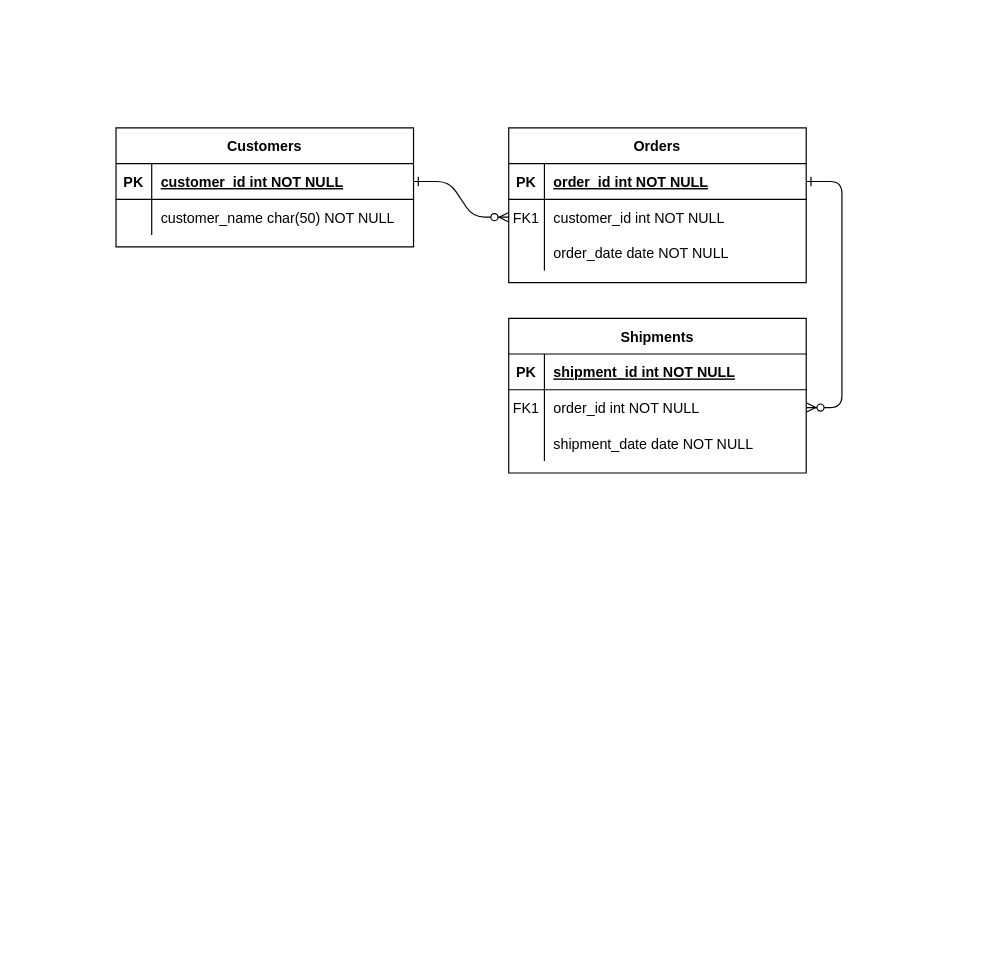
The draw.io diagram 未命名绘图.drawio in LUsamiLU/ALY-6000-Project1, before the edit. Source tidied: cells renumbered, new cells numbered last; positions are measured from the earlier drawing's top-left corner, leaving out a move shared by most shapes. Both pictures are drawn from the tidied source at 119%, with x=0, y=0 at pixel (115, 127).
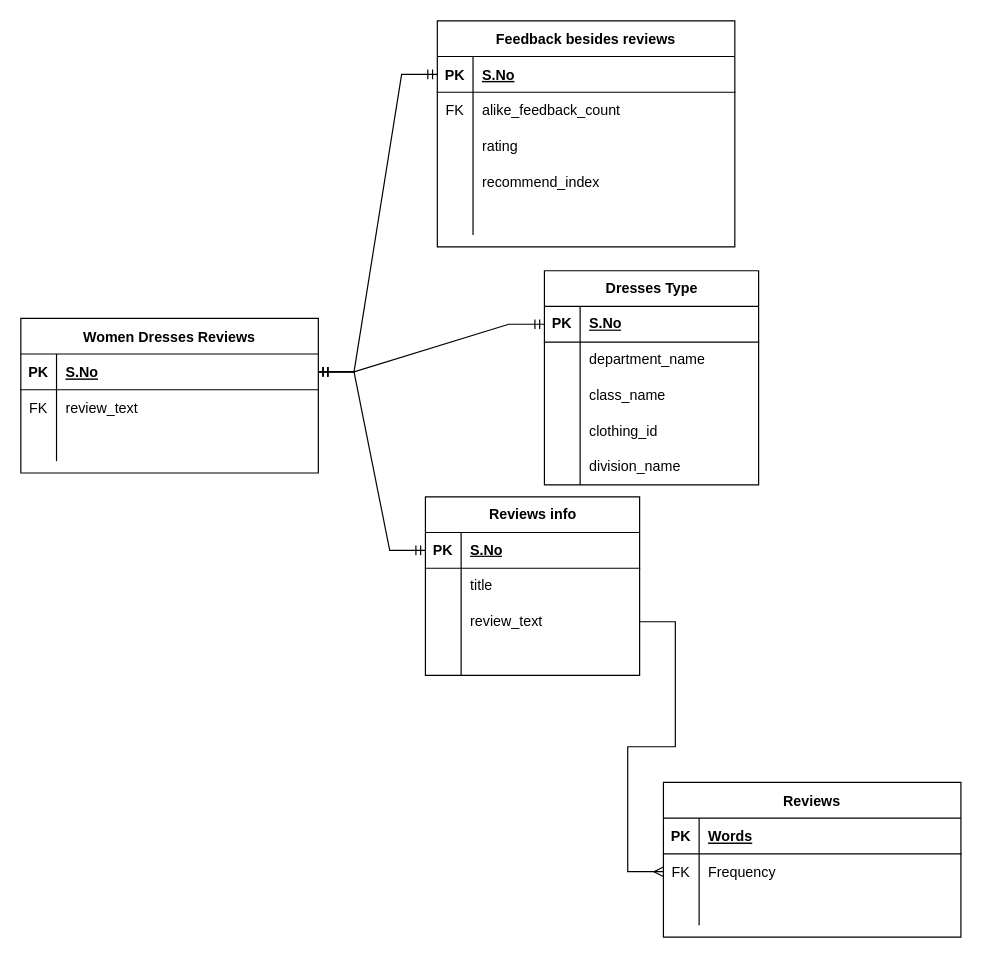
The same page after the edit.

Unchanged cells that the change refers to:
```xml
<mxCell id="5" style="shape=partialRectangle;fillColor=none;points=[[0,0.5],[1,0.5]];portConstraint=eastwest;top=0;left=0;right=0;bottom=1;" parent="4" vertex="1">
  <mxGeometry y="30" width="250" height="30" as="geometry" />
</mxCell>
<mxCell id="8" style="shape=partialRectangle;fillColor=none;points=[[0,0.5],[1,0.5]];portConstraint=eastwest;top=0;left=0;right=0;bottom=0;" parent="4" vertex="1">
  <mxGeometry y="60" width="250" height="30" as="geometry" />
</mxCell>
<mxCell id="11" style="shape=partialRectangle;fillColor=none;top=0;left=0;right=0;bottom=0;" parent="4" vertex="1">
  <mxGeometry y="90" width="250" height="30" as="geometry" />
</mxCell>
<mxCell id="15" style="shape=partialRectangle;fillColor=none;points=[[0,0.5],[1,0.5]];portConstraint=eastwest;top=0;left=0;right=0;bottom=1;" parent="14" vertex="1">
  <mxGeometry y="30" width="250" height="30" as="geometry" />
</mxCell>
<mxCell id="18" style="shape=partialRectangle;fillColor=none;points=[[0,0.5],[1,0.5]];portConstraint=eastwest;top=0;left=0;right=0;bottom=0;" parent="14" vertex="1">
  <mxGeometry y="60" width="250" height="30" as="geometry" />
</mxCell>
<mxCell id="21" style="shape=partialRectangle;fillColor=none;top=0;left=0;right=0;bottom=0;" parent="14" vertex="1">
  <mxGeometry y="90" width="250" height="30" as="geometry" />
</mxCell>
<mxCell id="25" style="shape=partialRectangle;fillColor=none;points=[[0,0.5],[1,0.5]];portConstraint=eastwest;top=0;left=0;right=0;bottom=1;" parent="24" vertex="1">
  <mxGeometry y="30" width="250" height="30" as="geometry" />
</mxCell>
<mxCell id="28" style="shape=partialRectangle;fillColor=none;top=0;left=0;right=0;bottom=0;" parent="24" vertex="1">
  <mxGeometry y="60" width="250" height="30" as="geometry" />
</mxCell>
```

Change to the diagram source:
```diff
@@
-    <mxCell id="2" style="edgeStyle=entityRelationEdgeStyle;endArrow=ERzeroToMany;startArrow=ERone;endFill=1;startFill=0;" parent="1" edge="1" source="25" target="8">
-      <mxGeometry relative="1" as="geometry" />
-    </mxCell>
-    <mxCell id="3" style="edgeStyle=entityRelationEdgeStyle;endArrow=ERzeroToMany;startArrow=ERone;endFill=1;startFill=0;" parent="1" edge="1" source="5" target="18">
-      <mxGeometry relative="1" as="geometry" />
-    </mxCell>
-    <mxCell id="4" value="Orders" style="shape=table;startSize=30;childLayout=tableLayout;rowLines=0;fontStyle=1;align=center;" parent="1" vertex="1">
-      <mxGeometry x="330" width="250" height="130" as="geometry" />
+    <mxCell id="4" value="Reviews" style="shape=table;startSize=30;childLayout=tableLayout;rowLines=0;fontStyle=1;align=center;" parent="1" vertex="1">
+      <mxGeometry x="460" y="550" width="250" height="130" as="geometry" />
     </mxCell>
@@
-    <mxCell id="7" value="order_id int NOT NULL " style="shape=partialRectangle;overflow=hidden;fillColor=none;top=0;left=0;bottom=0;right=0;align=left;spacingLeft=6;fontStyle=5;" parent="5" vertex="1">
+    <mxCell id="7" value="Words" style="shape=partialRectangle;overflow=hidden;fillColor=none;top=0;left=0;bottom=0;right=0;align=left;spacingLeft=6;fontStyle=5;" parent="5" vertex="1">
       <mxGeometry x="30" width="220" height="30" as="geometry" />
     </mxCell>
@@
-    <mxCell id="9" value="FK1" style="shape=partialRectangle;overflow=hidden;fillColor=none;top=0;left=0;bottom=0;right=0;" parent="8" vertex="1">
+    <mxCell id="9" value="FK" style="shape=partialRectangle;overflow=hidden;fillColor=none;top=0;left=0;bottom=0;right=0;" parent="8" vertex="1">
       <mxGeometry width="30" height="30" as="geometry" />
     </mxCell>
-    <mxCell id="10" value="customer_id int NOT NULL" style="shape=partialRectangle;overflow=hidden;fillColor=none;top=0;left=0;bottom=0;right=0;align=left;spacingLeft=6;" parent="8" vertex="1">
+    <mxCell id="10" value="Frequency" style="shape=partialRectangle;overflow=hidden;fillColor=none;top=0;left=0;bottom=0;right=0;align=left;spacingLeft=6;" parent="8" vertex="1">
       <mxGeometry x="30" width="220" height="30" as="geometry" />
     </mxCell>
@@
-    <mxCell id="13" value="order_date date NOT NULL" style="shape=partialRectangle;overflow=hidden;fillColor=none;top=0;left=0;bottom=0;right=0;align=left;spacingLeft=6;" parent="11" vertex="1">
+    <mxCell id="13" style="shape=partialRectangle;overflow=hidden;fillColor=none;top=0;left=0;bottom=0;right=0;align=left;spacingLeft=6;" parent="11" vertex="1">
       <mxGeometry x="30" width="220" height="30" as="geometry" />
     </mxCell>
-    <mxCell id="14" value="Shipments" style="shape=table;startSize=30;childLayout=tableLayout;rowLines=0;fontStyle=1;align=center;" parent="1" vertex="1">
-      <mxGeometry x="330" y="160" width="250" height="130" as="geometry" />
+    <mxCell id="14" value="Feedback besides reviews" style="shape=table;startSize=30;childLayout=tableLayout;rowLines=0;fontStyle=1;align=center;" parent="1" vertex="1">
+      <mxGeometry x="270" y="-90" width="250" height="190" as="geometry" />
     </mxCell>
@@
-    <mxCell id="17" value="shipment_id int NOT NULL " style="shape=partialRectangle;overflow=hidden;fillColor=none;top=0;left=0;bottom=0;right=0;align=left;spacingLeft=6;fontStyle=5;" parent="15" vertex="1">
+    <mxCell id="17" value="S.No" style="shape=partialRectangle;overflow=hidden;fillColor=none;top=0;left=0;bottom=0;right=0;align=left;spacingLeft=6;fontStyle=5;" parent="15" vertex="1">
       <mxGeometry x="30" width="220" height="30" as="geometry" />
     </mxCell>
@@
-    <mxCell id="19" value="FK1" style="shape=partialRectangle;overflow=hidden;fillColor=none;top=0;left=0;bottom=0;right=0;" parent="18" vertex="1">
+    <mxCell id="19" value="FK" style="shape=partialRectangle;overflow=hidden;fillColor=none;top=0;left=0;bottom=0;right=0;" parent="18" vertex="1">
       <mxGeometry width="30" height="30" as="geometry" />
     </mxCell>
-    <mxCell id="20" value="order_id int NOT NULL" style="shape=partialRectangle;overflow=hidden;fillColor=none;top=0;left=0;bottom=0;right=0;align=left;spacingLeft=6;" parent="18" vertex="1">
+    <mxCell id="20" value="alike_feedback_count" style="shape=partialRectangle;overflow=hidden;fillColor=none;top=0;left=0;bottom=0;right=0;align=left;spacingLeft=6;" parent="18" vertex="1">
       <mxGeometry x="30" width="220" height="30" as="geometry" />
     </mxCell>
@@
-    <mxCell id="23" value="shipment_date date NOT NULL" style="shape=partialRectangle;overflow=hidden;fillColor=none;top=0;left=0;bottom=0;right=0;align=left;spacingLeft=6;" parent="21" vertex="1">
+    <mxCell id="23" value="rating" style="shape=partialRectangle;overflow=hidden;fillColor=none;top=0;left=0;bottom=0;right=0;align=left;spacingLeft=6;" parent="21" vertex="1">
       <mxGeometry x="30" width="220" height="30" as="geometry" />
     </mxCell>
+    <mxCell id="31" style="shape=partialRectangle;fillColor=none;top=0;left=0;right=0;bottom=0;" parent="14" vertex="1">
+      <mxGeometry y="120" width="250" height="30" as="geometry" />
+    </mxCell>
+    <mxCell id="32" style="shape=partialRectangle;overflow=hidden;fillColor=none;top=0;left=0;bottom=0;right=0;" parent="31" vertex="1">
+      <mxGeometry width="30" height="30" as="geometry" />
+    </mxCell>
+    <mxCell id="33" value="recommend_index" style="shape=partialRectangle;overflow=hidden;fillColor=none;top=0;left=0;bottom=0;right=0;align=left;spacingLeft=6;" parent="31" vertex="1">
+      <mxGeometry x="30" width="220" height="30" as="geometry" />
+    </mxCell>
+    <mxCell id="34" style="shape=partialRectangle;fillColor=none;top=0;left=0;right=0;bottom=0;" parent="14" vertex="1">
+      <mxGeometry y="150" width="250" height="30" as="geometry" />
+    </mxCell>
+    <mxCell id="35" style="shape=partialRectangle;overflow=hidden;fillColor=none;top=0;left=0;bottom=0;right=0;" parent="34" vertex="1">
+      <mxGeometry width="30" height="30" as="geometry" />
+    </mxCell>
+    <mxCell id="36" style="shape=partialRectangle;overflow=hidden;fillColor=none;top=0;left=0;bottom=0;right=0;align=left;spacingLeft=6;" parent="34" vertex="1">
+      <mxGeometry x="30" width="220" height="30" as="geometry" />
+    </mxCell>
-    <mxCell id="24" value="Customers" style="shape=table;startSize=30;childLayout=tableLayout;rowLines=0;fontStyle=1;align=center;" parent="1" vertex="1">
-      <mxGeometry width="250" height="100" as="geometry" />
+    <mxCell id="24" value="Women Dresses Reviews" style="shape=table;startSize=30;childLayout=tableLayout;rowLines=0;fontStyle=1;align=center;" parent="1" vertex="1">
+      <mxGeometry x="-80" y="160" width="250" height="130" as="geometry" />
     </mxCell>
@@
-    <mxCell id="27" value="customer_id int NOT NULL " style="shape=partialRectangle;overflow=hidden;fillColor=none;top=0;left=0;bottom=0;right=0;align=left;spacingLeft=6;fontStyle=5;" parent="25" vertex="1">
+    <mxCell id="27" value="S.No" style="shape=partialRectangle;overflow=hidden;fillColor=none;top=0;left=0;bottom=0;right=0;align=left;spacingLeft=6;fontStyle=5;" parent="25" vertex="1">
       <mxGeometry x="30" width="220" height="30" as="geometry" />
     </mxCell>
@@
-    <mxCell id="29" style="shape=partialRectangle;overflow=hidden;fillColor=none;top=0;left=0;bottom=0;right=0;" parent="28" vertex="1">
+    <mxCell id="29" value="FK" style="shape=partialRectangle;overflow=hidden;fillColor=none;top=0;left=0;bottom=0;right=0;" parent="28" vertex="1">
       <mxGeometry width="30" height="30" as="geometry" />
     </mxCell>
-    <mxCell id="30" value="customer_name char(50) NOT NULL" style="shape=partialRectangle;overflow=hidden;fillColor=none;top=0;left=0;bottom=0;right=0;align=left;spacingLeft=6;" parent="28" vertex="1">
+    <mxCell id="30" value="review_text" style="shape=partialRectangle;overflow=hidden;fillColor=none;top=0;left=0;bottom=0;right=0;align=left;spacingLeft=6;" parent="28" vertex="1">
       <mxGeometry x="30" width="220" height="30" as="geometry" />
     </mxCell>
+    <mxCell id="37" style="shape=partialRectangle;fillColor=none;top=0;left=0;right=0;bottom=0;" parent="24" vertex="1">
+      <mxGeometry y="90" width="250" height="30" as="geometry" />
+    </mxCell>
+    <mxCell id="38" style="shape=partialRectangle;overflow=hidden;fillColor=none;top=0;left=0;bottom=0;right=0;" parent="37" vertex="1">
+      <mxGeometry width="30" height="30" as="geometry" />
+    </mxCell>
+    <mxCell id="39" style="shape=partialRectangle;overflow=hidden;fillColor=none;top=0;left=0;bottom=0;right=0;align=left;spacingLeft=6;" parent="37" vertex="1">
+      <mxGeometry x="30" width="220" height="30" as="geometry" />
+    </mxCell>
+    <mxCell id="40" style="edgeStyle=entityRelationEdgeStyle;fontSize=12;html=1;endArrow=ERmandOne;startArrow=ERmandOne;rounded=0;entryX=1;entryY=0.5;entryDx=0;entryDy=0;exitX=0;exitY=0.5;exitDx=0;exitDy=0;" parent="1" edge="1" source="15" target="25">
+      <mxGeometry relative="1" as="geometry" />
+    </mxCell>
+    <mxCell id="41" value="Dresses Type" style="shape=table;startSize=30;childLayout=tableLayout;rowLines=0;fontStyle=1;align=center;html=1;" parent="1" vertex="1">
+      <mxGeometry x="360" y="120" width="180" height="180" as="geometry" />
+    </mxCell>
+    <mxCell id="42" style="shape=tableRow;horizontal=0;startSize=0;swimlaneHead=0;swimlaneBody=0;fillColor=none;points=[[0,0.5],[1,0.5]];portConstraint=eastwest;top=0;left=0;right=0;bottom=1;" parent="41" vertex="1">
+      <mxGeometry y="30" width="180" height="30" as="geometry" />
+    </mxCell>
+    <mxCell id="43" value="PK" style="shape=partialRectangle;fillColor=none;top=0;left=0;bottom=0;right=0;fontStyle=1;overflow=hidden;whiteSpace=wrap;html=1;" parent="42" vertex="1">
+      <mxGeometry width="30" height="30" as="geometry" />
+    </mxCell>
+    <mxCell id="44" value="S.No" style="shape=partialRectangle;fillColor=none;top=0;left=0;bottom=0;right=0;align=left;spacingLeft=6;fontStyle=5;overflow=hidden;whiteSpace=wrap;html=1;" parent="42" vertex="1">
+      <mxGeometry x="30" width="150" height="30" as="geometry" />
+    </mxCell>
+    <mxCell id="45" style="shape=tableRow;horizontal=0;startSize=0;swimlaneHead=0;swimlaneBody=0;fillColor=none;top=0;left=0;right=0;bottom=0;" parent="41" vertex="1">
+      <mxGeometry y="60" width="180" height="30" as="geometry" />
+    </mxCell>
+    <mxCell id="46" style="shape=partialRectangle;fillColor=none;top=0;left=0;bottom=0;right=0;overflow=hidden;whiteSpace=wrap;html=1;" parent="45" vertex="1">
+      <mxGeometry width="30" height="30" as="geometry" />
+    </mxCell>
+    <mxCell id="47" value="department_name" style="shape=partialRectangle;fillColor=none;top=0;left=0;bottom=0;right=0;align=left;spacingLeft=6;overflow=hidden;whiteSpace=wrap;html=1;" parent="45" vertex="1">
+      <mxGeometry x="30" width="150" height="30" as="geometry" />
+    </mxCell>
+    <mxCell id="48" style="shape=tableRow;horizontal=0;startSize=0;swimlaneHead=0;swimlaneBody=0;fillColor=none;top=0;left=0;right=0;bottom=0;" parent="41" vertex="1">
+      <mxGeometry y="90" width="180" height="30" as="geometry" />
+    </mxCell>
+    <mxCell id="49" style="shape=partialRectangle;fillColor=none;top=0;left=0;bottom=0;right=0;overflow=hidden;whiteSpace=wrap;html=1;" parent="48" vertex="1">
+      <mxGeometry width="30" height="30" as="geometry" />
+    </mxCell>
+    <mxCell id="50" value="class_name" style="shape=partialRectangle;fillColor=none;top=0;left=0;bottom=0;right=0;align=left;spacingLeft=6;overflow=hidden;whiteSpace=wrap;html=1;" parent="48" vertex="1">
+      <mxGeometry x="30" width="150" height="30" as="geometry" />
+    </mxCell>
+    <mxCell id="51" style="shape=tableRow;horizontal=0;startSize=0;swimlaneHead=0;swimlaneBody=0;fillColor=none;top=0;left=0;right=0;bottom=0;" parent="41" vertex="1">
+      <mxGeometry y="120" width="180" height="30" as="geometry" />
+    </mxCell>
+    <mxCell id="52" style="shape=partialRectangle;fillColor=none;top=0;left=0;bottom=0;right=0;overflow=hidden;whiteSpace=wrap;html=1;" parent="51" vertex="1">
+      <mxGeometry width="30" height="30" as="geometry" />
+    </mxCell>
+    <mxCell id="53" value="clothing_id" style="shape=partialRectangle;fillColor=none;top=0;left=0;bottom=0;right=0;align=left;spacingLeft=6;overflow=hidden;whiteSpace=wrap;html=1;" parent="51" vertex="1">
+      <mxGeometry x="30" width="150" height="30" as="geometry" />
+    </mxCell>
+    <mxCell id="54" style="shape=tableRow;horizontal=0;startSize=0;swimlaneHead=0;swimlaneBody=0;fillColor=none;top=0;left=0;right=0;bottom=0;" parent="41" vertex="1">
+      <mxGeometry y="150" width="180" height="30" as="geometry" />
+    </mxCell>
+    <mxCell id="55" style="shape=partialRectangle;fillColor=none;top=0;left=0;bottom=0;right=0;overflow=hidden;whiteSpace=wrap;html=1;" parent="54" vertex="1">
+      <mxGeometry width="30" height="30" as="geometry" />
+    </mxCell>
+    <mxCell id="56" value="division_name" style="shape=partialRectangle;fillColor=none;top=0;left=0;bottom=0;right=0;align=left;spacingLeft=6;overflow=hidden;whiteSpace=wrap;html=1;" parent="54" vertex="1">
+      <mxGeometry x="30" width="150" height="30" as="geometry" />
+    </mxCell>
+    <mxCell id="57" style="edgeStyle=entityRelationEdgeStyle;fontSize=12;html=1;endArrow=ERmandOne;startArrow=ERmandOne;rounded=0;exitX=1;exitY=0.5;exitDx=0;exitDy=0;entryX=0;entryY=0.5;entryDx=0;entryDy=0;" parent="1" edge="1" source="25" target="42">
+      <mxGeometry relative="1" as="geometry" />
+    </mxCell>
+    <mxCell id="58" value="Reviews info" style="shape=table;startSize=30;childLayout=tableLayout;rowLines=0;fontStyle=1;align=center;html=1;" parent="1" vertex="1">
+      <mxGeometry x="260" y="310" width="180" height="150" as="geometry" />
+    </mxCell>
+    <mxCell id="59" style="shape=tableRow;horizontal=0;startSize=0;swimlaneHead=0;swimlaneBody=0;fillColor=none;points=[[0,0.5],[1,0.5]];portConstraint=eastwest;top=0;left=0;right=0;bottom=1;" parent="58" vertex="1">
+      <mxGeometry y="30" width="180" height="30" as="geometry" />
+    </mxCell>
+    <mxCell id="60" value="PK" style="shape=partialRectangle;fillColor=none;top=0;left=0;bottom=0;right=0;fontStyle=1;overflow=hidden;whiteSpace=wrap;html=1;" parent="59" vertex="1">
+      <mxGeometry width="30" height="30" as="geometry" />
+    </mxCell>
+    <mxCell id="61" value="S.No" style="shape=partialRectangle;fillColor=none;top=0;left=0;bottom=0;right=0;align=left;spacingLeft=6;fontStyle=5;overflow=hidden;whiteSpace=wrap;html=1;" parent="59" vertex="1">
+      <mxGeometry x="30" width="150" height="30" as="geometry" />
+    </mxCell>
+    <mxCell id="62" style="shape=tableRow;horizontal=0;startSize=0;swimlaneHead=0;swimlaneBody=0;fillColor=none;top=0;left=0;right=0;bottom=0;" parent="58" vertex="1">
+      <mxGeometry y="60" width="180" height="30" as="geometry" />
+    </mxCell>
+    <mxCell id="63" style="shape=partialRectangle;fillColor=none;top=0;left=0;bottom=0;right=0;overflow=hidden;whiteSpace=wrap;html=1;" parent="62" vertex="1">
+      <mxGeometry width="30" height="30" as="geometry" />
+    </mxCell>
+    <mxCell id="64" value="title" style="shape=partialRectangle;fillColor=none;top=0;left=0;bottom=0;right=0;align=left;spacingLeft=6;overflow=hidden;whiteSpace=wrap;html=1;" parent="62" vertex="1">
+      <mxGeometry x="30" width="150" height="30" as="geometry" />
+    </mxCell>
+    <mxCell id="65" style="shape=tableRow;horizontal=0;startSize=0;swimlaneHead=0;swimlaneBody=0;fillColor=none;points=[[0,0.5],[1,0.5]];portConstraint=eastwest;top=0;left=0;right=0;bottom=0;" parent="58" vertex="1">
+      <mxGeometry y="90" width="180" height="30" as="geometry" />
+    </mxCell>
+    <mxCell id="66" style="shape=partialRectangle;fillColor=none;top=0;left=0;bottom=0;right=0;overflow=hidden;whiteSpace=wrap;html=1;" parent="65" vertex="1">
+      <mxGeometry width="30" height="30" as="geometry" />
+    </mxCell>
+    <mxCell id="67" value="review_text" style="shape=partialRectangle;fillColor=none;top=0;left=0;bottom=0;right=0;align=left;spacingLeft=6;overflow=hidden;whiteSpace=wrap;html=1;" parent="65" vertex="1">
+      <mxGeometry x="30" width="150" height="30" as="geometry" />
+    </mxCell>
+    <mxCell id="68" style="shape=tableRow;horizontal=0;startSize=0;swimlaneHead=0;swimlaneBody=0;fillColor=none;top=0;left=0;right=0;bottom=0;" parent="58" vertex="1">
+      <mxGeometry y="120" width="180" height="30" as="geometry" />
+    </mxCell>
+    <mxCell id="69" style="shape=partialRectangle;fillColor=none;top=0;left=0;bottom=0;right=0;overflow=hidden;whiteSpace=wrap;html=1;" parent="68" vertex="1">
+      <mxGeometry width="30" height="30" as="geometry" />
+    </mxCell>
+    <mxCell id="70" style="shape=partialRectangle;fillColor=none;top=0;left=0;bottom=0;right=0;align=left;spacingLeft=6;overflow=hidden;whiteSpace=wrap;html=1;" parent="68" vertex="1">
+      <mxGeometry x="30" width="150" height="30" as="geometry" />
+    </mxCell>
+    <mxCell id="71" style="edgeStyle=entityRelationEdgeStyle;fontSize=12;html=1;endArrow=ERmandOne;startArrow=ERmandOne;rounded=0;entryX=0;entryY=0.5;entryDx=0;entryDy=0;exitX=1;exitY=0.5;exitDx=0;exitDy=0;" parent="1" edge="1" source="25" target="59">
+      <mxGeometry relative="1" as="geometry" />
+    </mxCell>
+    <mxCell id="72" style="edgeStyle=entityRelationEdgeStyle;fontSize=12;html=1;endArrow=ERmany;rounded=0;entryX=0;entryY=0.5;entryDx=0;entryDy=0;" parent="1" edge="1" source="65" target="8">
+      <mxGeometry relative="1" as="geometry">
+        <Array as="points">
+          <mxPoint x="260" y="510" />
+        </Array>
+      </mxGeometry>
+    </mxCell>
```
